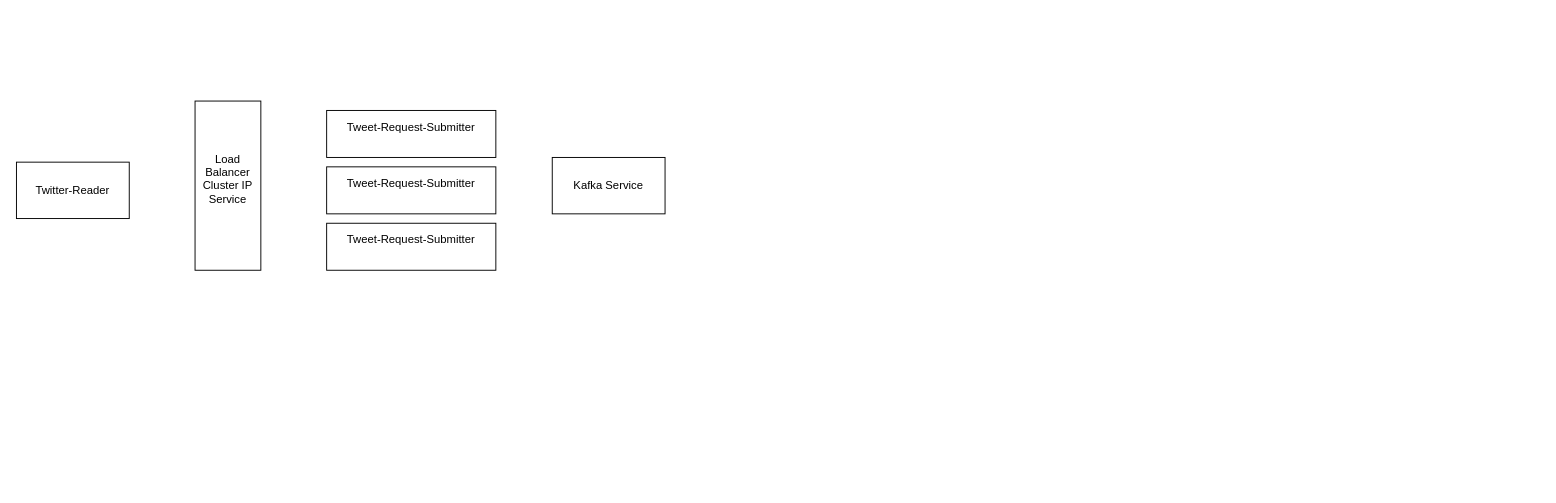
This is Untitled Diagram.drawio from Sumitkaushikrock/Docker2024, a draw.io file, before an edit. Source tidied: cells renumbered, new cells numbered last; positions are measured from the earlier drawing's top-left corner, leaving out a move shared by most shapes. Both pictures are drawn from the tidied source at 94%, with x=0, y=0 at pixel (16, 101).
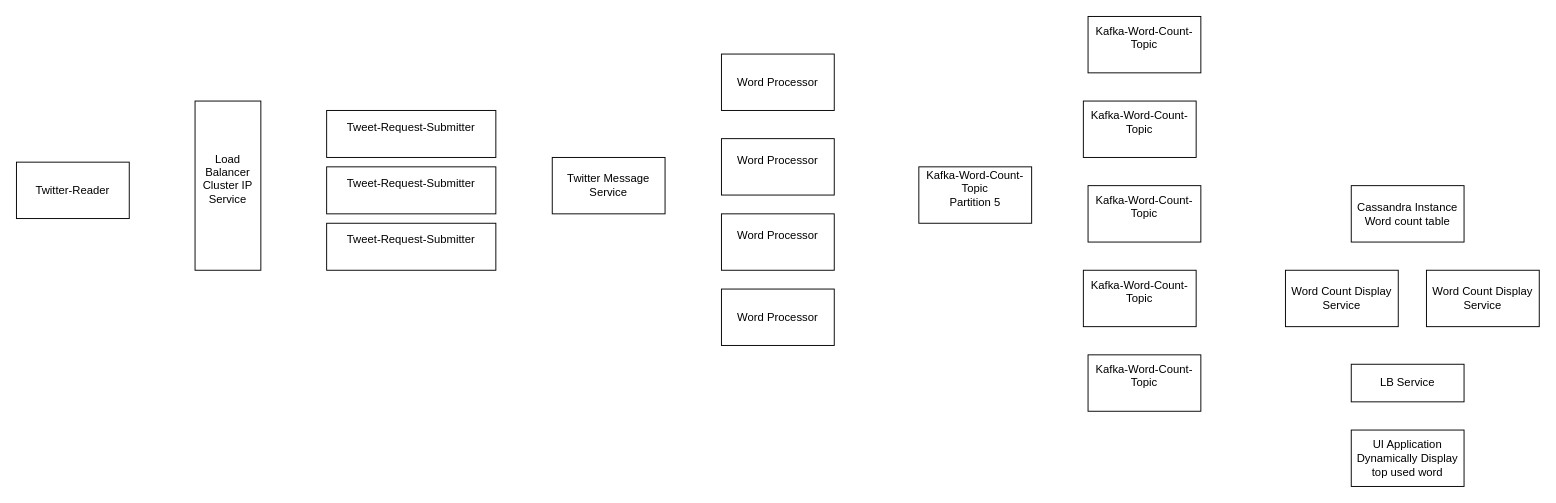
Above is the later version.

What changed in the source:
```diff
@@
-    <mxCell id="7" value="Kafka Service" style="rounded=0;whiteSpace=wrap;html=1;" parent="1" vertex="1">
+    <mxCell id="7" value="Twitter Message Service" style="rounded=0;whiteSpace=wrap;html=1;" parent="1" vertex="1">
       <mxGeometry x="570" y="60" width="120" height="60" as="geometry" />
     </mxCell>
+    <mxCell id="8" value="Word Processor" style="rounded=0;whiteSpace=wrap;html=1;" parent="1" vertex="1">
+      <mxGeometry x="750" y="-50" width="120" height="60" as="geometry" />
+    </mxCell>
+    <mxCell id="9" value="Word Processor&lt;div&gt;&lt;br&gt;&lt;/div&gt;" style="rounded=0;whiteSpace=wrap;html=1;" parent="1" vertex="1">
+      <mxGeometry x="750" y="40" width="120" height="60" as="geometry" />
+    </mxCell>
+    <mxCell id="10" value="Word Processor&lt;div&gt;&lt;br&gt;&lt;/div&gt;" style="rounded=0;whiteSpace=wrap;html=1;" parent="1" vertex="1">
+      <mxGeometry x="750" y="120" width="120" height="60" as="geometry" />
+    </mxCell>
+    <mxCell id="11" value="Word Processor" style="rounded=0;whiteSpace=wrap;html=1;" parent="1" vertex="1">
+      <mxGeometry x="750" y="200" width="120" height="60" as="geometry" />
+    </mxCell>
+    <mxCell id="12" value="Kafka-Word-Count-Topic&lt;div&gt;Partition 5&lt;br&gt;&lt;div&gt;&lt;br&gt;&lt;/div&gt;&lt;/div&gt;" style="rounded=0;whiteSpace=wrap;html=1;" parent="1" vertex="1">
+      <mxGeometry x="960" y="70" width="120" height="60" as="geometry" />
+    </mxCell>
+    <mxCell id="13" value="Kafka-Word-Count-Topic&lt;div&gt;&lt;br&gt;&lt;/div&gt;" style="rounded=0;whiteSpace=wrap;html=1;" parent="1" vertex="1">
+      <mxGeometry x="1140" y="-90" width="120" height="60" as="geometry" />
+    </mxCell>
+    <mxCell id="14" value="Kafka-Word-Count-Topic&lt;div&gt;&lt;br&gt;&lt;/div&gt;" style="rounded=0;whiteSpace=wrap;html=1;" parent="1" vertex="1">
+      <mxGeometry x="1135" width="120" height="60" as="geometry" />
+    </mxCell>
+    <mxCell id="15" value="Kafka-Word-Count-Topic&lt;div&gt;&lt;br&gt;&lt;/div&gt;" style="rounded=0;whiteSpace=wrap;html=1;" parent="1" vertex="1">
+      <mxGeometry x="1140" y="90" width="120" height="60" as="geometry" />
+    </mxCell>
+    <mxCell id="16" value="Kafka-Word-Count-Topic&lt;div&gt;&lt;br&gt;&lt;/div&gt;" style="rounded=0;whiteSpace=wrap;html=1;" parent="1" vertex="1">
+      <mxGeometry x="1135" y="180" width="120" height="60" as="geometry" />
+    </mxCell>
+    <mxCell id="17" value="Kafka-Word-Count-Topic&lt;div&gt;&lt;br&gt;&lt;/div&gt;" style="rounded=0;whiteSpace=wrap;html=1;" parent="1" vertex="1">
+      <mxGeometry x="1140" y="270" width="120" height="60" as="geometry" />
+    </mxCell>
+    <mxCell id="18" value="Cassandra Instance&lt;div&gt;Word count table&lt;/div&gt;" style="rounded=0;whiteSpace=wrap;html=1;" parent="1" vertex="1">
+      <mxGeometry x="1420" y="90" width="120" height="60" as="geometry" />
+    </mxCell>
+    <mxCell id="19" value="&lt;div&gt;Word Count Display Service&lt;/div&gt;" style="rounded=0;whiteSpace=wrap;html=1;" parent="1" vertex="1">
+      <mxGeometry x="1350" y="180" width="120" height="60" as="geometry" />
+    </mxCell>
+    <mxCell id="20" value="&lt;div&gt;Word Count Display Service&lt;/div&gt;" style="rounded=0;whiteSpace=wrap;html=1;" parent="1" vertex="1">
+      <mxGeometry x="1500" y="180" width="120" height="60" as="geometry" />
+    </mxCell>
+    <mxCell id="21" value="UI Application&lt;div&gt;Dynamically Display top used word&lt;/div&gt;" style="rounded=0;whiteSpace=wrap;html=1;" parent="1" vertex="1">
+      <mxGeometry x="1420" y="350" width="120" height="60" as="geometry" />
+    </mxCell>
+    <mxCell id="22" value="LB Service" style="rounded=0;whiteSpace=wrap;html=1;" parent="1" vertex="1">
+      <mxGeometry x="1420" y="280" width="120" height="40" as="geometry" />
+    </mxCell>
```
